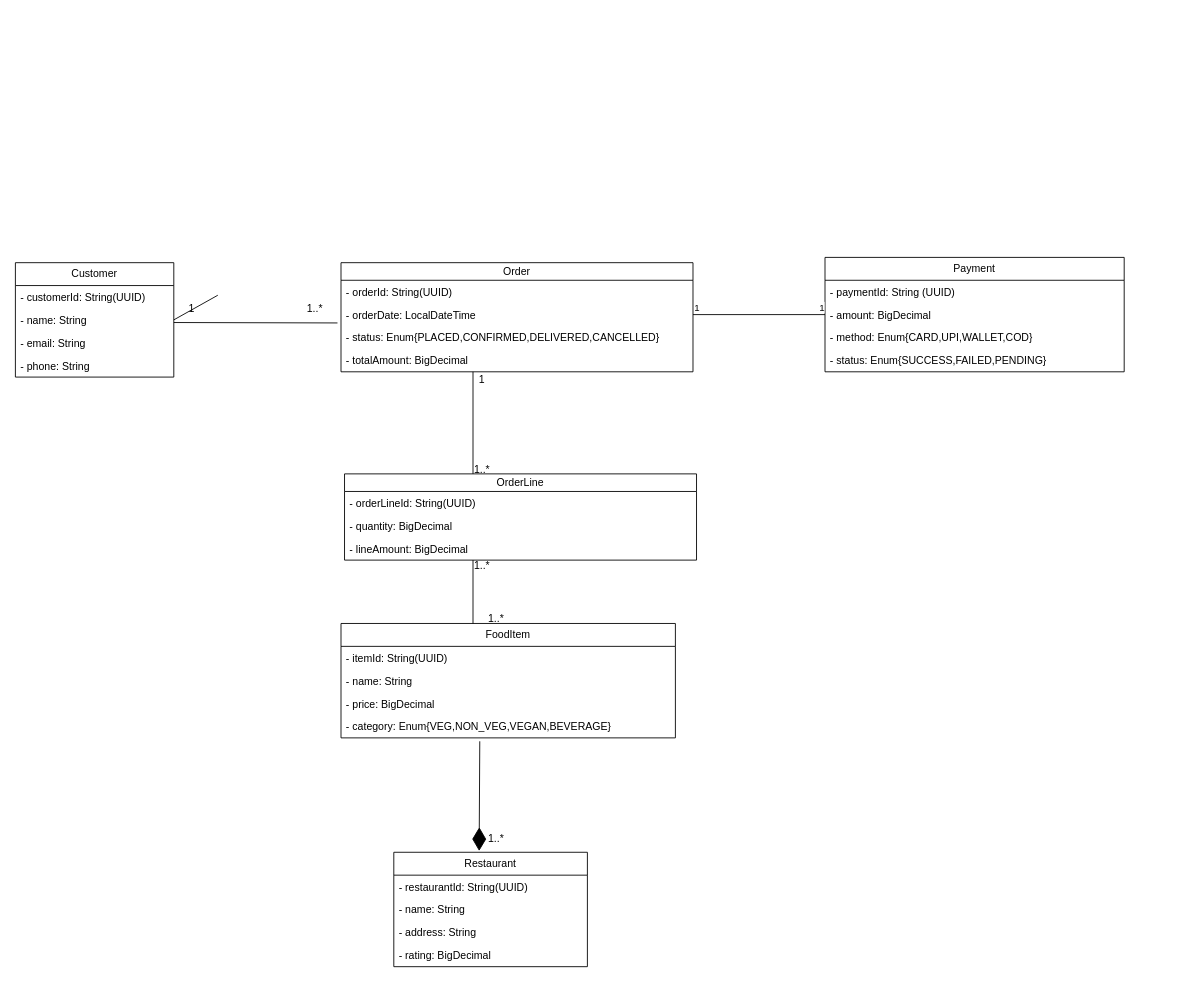
prakashbtech87/aaaaaaaaaaaPrakashDrawIORepo keeps this draw.io diagram as page "OnlineFoodDelivery" (6 of 6) of UML Diagram/Practice.drawio. Above is the earlier version. Source tidied: cells renumbered, new cells numbered last; positions are measured from the earlier drawing's top-left corner, leaving out a move shared by most shapes. Both pictures are drawn from the tidied source at 88%, with x=0, y=0 at pixel (15, 257).
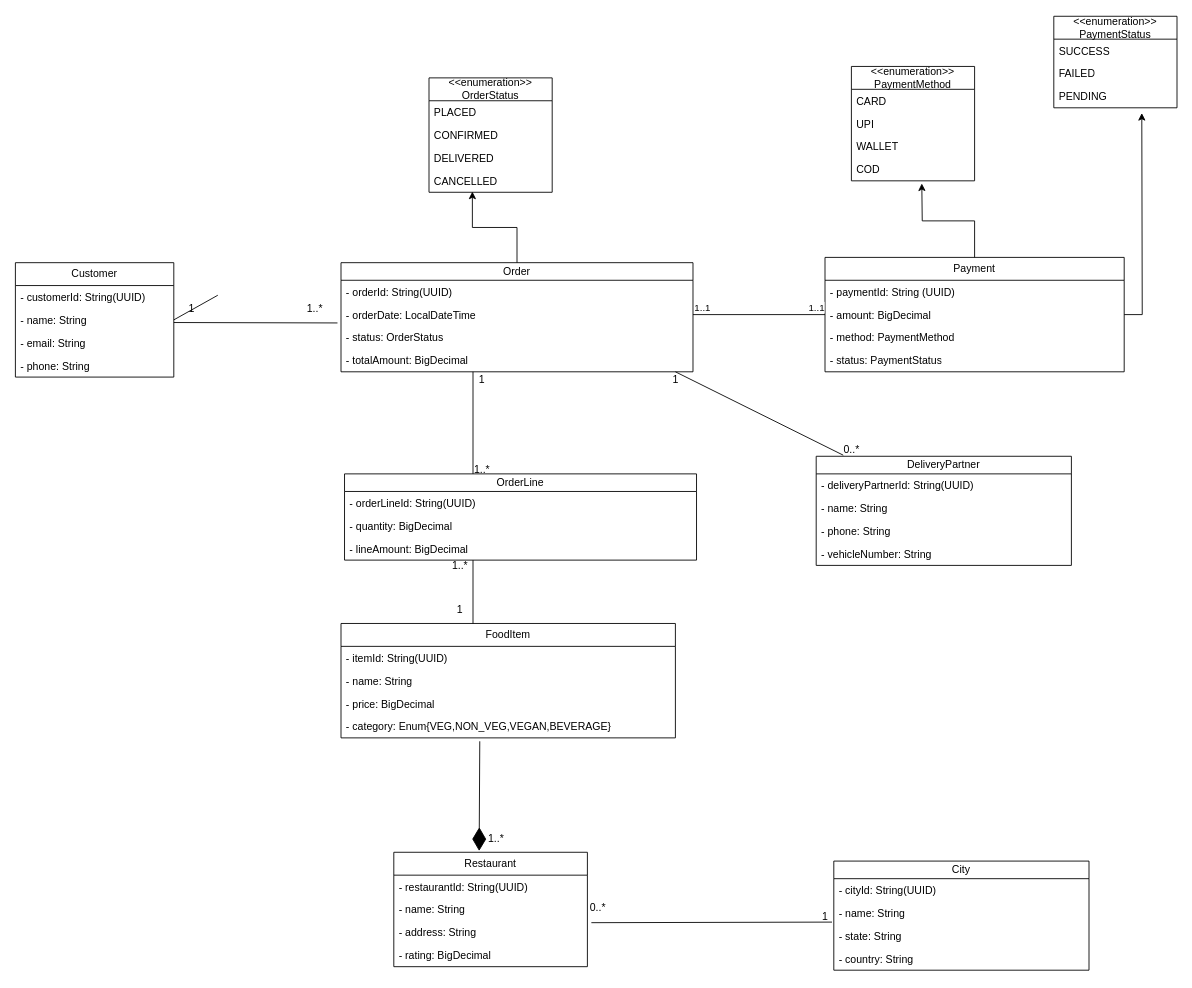
After the change.

Unchanged cells that the change refers to:
```xml
<mxCell id="7" value="Order" style="swimlane;fontStyle=0;horizontal=1;startSize=20;fillColor=none;whiteSpace=wrap;html=1;" parent="1" vertex="1">
  <mxGeometry x="370" y="6" width="400" height="124" as="geometry" />
</mxCell>
<mxCell id="37" value="Payment" style="swimlane;fontStyle=0;horizontal=1;startSize=26;fillColor=none;whiteSpace=wrap;html=1;" parent="1" vertex="1">
  <mxGeometry x="920" width="340" height="130" as="geometry" />
</mxCell>
<mxCell id="42" style="endArrow=none;html=1;edgeStyle=orthogonalEdgeStyle;rounded=0;exitX=1;exitY=0.5;exitDx=0;exitDy=0;entryX=0;entryY=0.5;entryDx=0;entryDy=0;" parent="1" edge="1" source="9" target="39">
  <mxGeometry relative="1" as="geometry" />
</mxCell>
```

What changed in the source:
```diff
@@
-    <mxCell id="10" value="- status: Enum{PLACED,CONFIRMED,DELIVERED,CANCELLED}" style="text;strokeColor=none;fillColor=none;align=left;verticalAlign=top;spacingLeft=4;spacingRight=4;overflow=hidden;whiteSpace=wrap;html=1;" parent="7" vertex="1">
+    <mxCell id="10" value="- status: OrderStatus" style="text;strokeColor=none;fillColor=none;align=left;verticalAlign=top;spacingLeft=4;spacingRight=4;overflow=hidden;whiteSpace=wrap;html=1;" parent="7" vertex="1">
       <mxGeometry y="72" width="400" height="26" as="geometry" />
     </mxCell>
@@
     <mxCell id="35" value="1..*" style="text;html=1;align=center;verticalAlign=middle;strokeColor=none;fillColor=none;" parent="1" vertex="1">
-      <mxGeometry x="510" y="336" width="40" height="30" as="geometry" />
+      <mxGeometry x="485" y="336" width="40" height="30" as="geometry" />
     </mxCell>
-    <mxCell id="36" value="1..*" style="text;html=1;align=center;verticalAlign=middle;strokeColor=none;fillColor=none;" parent="1" vertex="1">
-      <mxGeometry x="526" y="396" width="40" height="30" as="geometry" />
-    </mxCell>
+    <mxCell id="46" style="edgeStyle=orthogonalEdgeStyle;rounded=0;jettySize=auto;html=1;exitX=0.5;exitY=0;exitDx=0;exitDy=0;" parent="1" edge="1" source="37">
+      <mxGeometry relative="1" as="geometry">
+        <mxPoint x="1030" y="-84" as="targetPoint" />
+      </mxGeometry>
+    </mxCell>
+    <mxCell id="47" style="edgeStyle=orthogonalEdgeStyle;rounded=0;jettySize=auto;html=1;" parent="1" edge="1" source="37">
+      <mxGeometry relative="1" as="geometry">
+        <mxPoint x="1280" y="-164" as="targetPoint" />
+      </mxGeometry>
+    </mxCell>
@@
-    <mxCell id="40" value="- method: Enum{CARD,UPI,WALLET,COD}" style="text;strokeColor=none;fillColor=none;align=left;verticalAlign=top;spacingLeft=4;spacingRight=4;overflow=hidden;whiteSpace=wrap;html=1;" parent="37" vertex="1">
+    <mxCell id="40" value="- method: PaymentMethod" style="text;strokeColor=none;fillColor=none;align=left;verticalAlign=top;spacingLeft=4;spacingRight=4;overflow=hidden;whiteSpace=wrap;html=1;" parent="37" vertex="1">
       <mxGeometry y="78" width="340" height="26" as="geometry" />
     </mxCell>
-    <mxCell id="41" value="- status: Enum{SUCCESS,FAILED,PENDING}" style="text;strokeColor=none;fillColor=none;align=left;verticalAlign=top;spacingLeft=4;spacingRight=4;overflow=hidden;whiteSpace=wrap;html=1;" parent="37" vertex="1">
+    <mxCell id="41" value="- status: PaymentStatus" style="text;strokeColor=none;fillColor=none;align=left;verticalAlign=top;spacingLeft=4;spacingRight=4;overflow=hidden;whiteSpace=wrap;html=1;" parent="37" vertex="1">
       <mxGeometry y="104" width="340" height="26" as="geometry" />
     </mxCell>
@@
-    <mxCell id="43" value="1" style="edgeLabel;html=1;align=left;verticalAlign=bottom;" parent="42" vertex="1">
+    <mxCell id="43" value="1..1" style="edgeLabel;html=1;align=left;verticalAlign=bottom;" parent="42" vertex="1">
       <mxGeometry x="-1" relative="1" as="geometry" />
     </mxCell>
-    <mxCell id="44" value="1" style="edgeLabel;html=1;align=right;verticalAlign=bottom;" parent="42" vertex="1">
+    <mxCell id="44" value="1..1" style="edgeLabel;html=1;align=right;verticalAlign=bottom;" parent="42" vertex="1">
       <mxGeometry x="1" relative="1" as="geometry" />
     </mxCell>
@@
+    <mxCell id="48" value="1" style="text;html=1;align=center;verticalAlign=middle;strokeColor=none;fillColor=none;" parent="1" vertex="1">
+      <mxGeometry x="490" y="386" width="30" height="30" as="geometry" />
+    </mxCell>
+    <mxCell id="49" value="&amp;lt;&amp;lt;enumeration&amp;gt;&amp;gt;&lt;div&gt;OrderStatus&lt;/div&gt;" style="swimlane;fontStyle=0;horizontal=1;startSize=26;fillColor=none;whiteSpace=wrap;html=1;" parent="1" vertex="1">
+      <mxGeometry x="470" y="-204" width="140" height="130" as="geometry" />
+    </mxCell>
+    <mxCell id="50" value="PLACED" style="text;strokeColor=none;fillColor=none;align=left;verticalAlign=top;spacingLeft=4;spacingRight=4;overflow=hidden;whiteSpace=wrap;html=1;" parent="49" vertex="1">
+      <mxGeometry y="26" width="140" height="26" as="geometry" />
+    </mxCell>
+    <mxCell id="51" value="CONFIRMED" style="text;strokeColor=none;fillColor=none;align=left;verticalAlign=top;spacingLeft=4;spacingRight=4;overflow=hidden;whiteSpace=wrap;html=1;" parent="49" vertex="1">
+      <mxGeometry y="52" width="140" height="26" as="geometry" />
+    </mxCell>
+    <mxCell id="52" value="DELIVERED" style="text;strokeColor=none;fillColor=none;align=left;verticalAlign=top;spacingLeft=4;spacingRight=4;overflow=hidden;whiteSpace=wrap;html=1;" parent="49" vertex="1">
+      <mxGeometry y="78" width="140" height="26" as="geometry" />
+    </mxCell>
+    <mxCell id="53" value="CANCELLED" style="text;strokeColor=none;fillColor=none;align=left;verticalAlign=top;spacingLeft=4;spacingRight=4;overflow=hidden;points=[[0,0.5],[1,0.5]];portConstraint=eastwest;whiteSpace=wrap;html=1;" parent="49" vertex="1">
+      <mxGeometry y="104" width="140" height="26" as="geometry" />
+    </mxCell>
+    <mxCell id="54" style="edgeStyle=orthogonalEdgeStyle;rounded=0;jettySize=auto;html=1;entryX=0.352;entryY=0.971;entryDx=0;entryDy=0;entryPerimeter=0;" parent="1" edge="1" source="7" target="53">
+      <mxGeometry relative="1" as="geometry" />
+    </mxCell>
+    <mxCell id="55" value="&amp;lt;&amp;lt;enumeration&amp;gt;&amp;gt;&lt;div&gt;PaymentMethod&lt;/div&gt;" style="swimlane;fontStyle=0;horizontal=1;startSize=26;fillColor=none;whiteSpace=wrap;html=1;" parent="1" vertex="1">
+      <mxGeometry x="950" y="-217" width="140" height="130" as="geometry" />
+    </mxCell>
+    <mxCell id="56" value="CARD" style="text;strokeColor=none;fillColor=none;align=left;verticalAlign=top;spacingLeft=4;spacingRight=4;overflow=hidden;whiteSpace=wrap;html=1;" parent="55" vertex="1">
+      <mxGeometry y="26" width="140" height="26" as="geometry" />
+    </mxCell>
+    <mxCell id="57" value="UPI" style="text;strokeColor=none;fillColor=none;align=left;verticalAlign=top;spacingLeft=4;spacingRight=4;overflow=hidden;whiteSpace=wrap;html=1;" parent="55" vertex="1">
+      <mxGeometry y="52" width="140" height="26" as="geometry" />
+    </mxCell>
+    <mxCell id="58" value="WALLET" style="text;strokeColor=none;fillColor=none;align=left;verticalAlign=top;spacingLeft=4;spacingRight=4;overflow=hidden;whiteSpace=wrap;html=1;" parent="55" vertex="1">
+      <mxGeometry y="78" width="140" height="26" as="geometry" />
+    </mxCell>
+    <mxCell id="59" value="COD" style="text;strokeColor=none;fillColor=none;align=left;verticalAlign=top;spacingLeft=4;spacingRight=4;overflow=hidden;whiteSpace=wrap;html=1;" parent="55" vertex="1">
+      <mxGeometry y="104" width="140" height="26" as="geometry" />
+    </mxCell>
+    <mxCell id="60" value="&amp;lt;&amp;lt;enumeration&amp;gt;&amp;gt;&lt;div&gt;PaymentStatus&lt;/div&gt;" style="swimlane;fontStyle=0;horizontal=1;startSize=26;fillColor=none;whiteSpace=wrap;html=1;" parent="1" vertex="1">
+      <mxGeometry x="1180" y="-274" width="140" height="104" as="geometry" />
+    </mxCell>
+    <mxCell id="61" value="SUCCESS" style="text;strokeColor=none;fillColor=none;align=left;verticalAlign=top;spacingLeft=4;spacingRight=4;overflow=hidden;whiteSpace=wrap;html=1;" parent="60" vertex="1">
+      <mxGeometry y="26" width="140" height="26" as="geometry" />
+    </mxCell>
+    <mxCell id="62" value="FAILED" style="text;strokeColor=none;fillColor=none;align=left;verticalAlign=top;spacingLeft=4;spacingRight=4;overflow=hidden;whiteSpace=wrap;html=1;" parent="60" vertex="1">
+      <mxGeometry y="52" width="140" height="26" as="geometry" />
+    </mxCell>
+    <mxCell id="63" value="PENDING" style="text;strokeColor=none;fillColor=none;align=left;verticalAlign=top;spacingLeft=4;spacingRight=4;overflow=hidden;whiteSpace=wrap;html=1;" parent="60" vertex="1">
+      <mxGeometry y="78" width="140" height="26" as="geometry" />
+    </mxCell>
+    <mxCell id="64" value="DeliveryPartner" style="swimlane;fontStyle=0;horizontal=1;startSize=20;fillColor=none;whiteSpace=wrap;html=1;" parent="1" vertex="1">
+      <mxGeometry x="910" y="226" width="290" height="124" as="geometry" />
+    </mxCell>
+    <mxCell id="65" value="- deliveryPartnerId: String(UUID)" style="text;strokeColor=none;fillColor=none;align=left;verticalAlign=top;spacingLeft=4;spacingRight=4;overflow=hidden;whiteSpace=wrap;html=1;" parent="64" vertex="1">
+      <mxGeometry y="20" width="290" height="26" as="geometry" />
+    </mxCell>
+    <mxCell id="66" value="- name: String" style="text;strokeColor=none;fillColor=none;align=left;verticalAlign=top;spacingLeft=4;spacingRight=4;overflow=hidden;whiteSpace=wrap;html=1;" parent="64" vertex="1">
+      <mxGeometry y="46" width="290" height="26" as="geometry" />
+    </mxCell>
+    <mxCell id="67" value="- phone: String" style="text;strokeColor=none;fillColor=none;align=left;verticalAlign=top;spacingLeft=4;spacingRight=4;overflow=hidden;whiteSpace=wrap;html=1;" parent="64" vertex="1">
+      <mxGeometry y="72" width="290" height="26" as="geometry" />
+    </mxCell>
+    <mxCell id="68" value="- vehicleNumber: String" style="text;strokeColor=none;fillColor=none;align=left;verticalAlign=top;spacingLeft=4;spacingRight=4;overflow=hidden;whiteSpace=wrap;html=1;" parent="64" vertex="1">
+      <mxGeometry y="98" width="290" height="26" as="geometry" />
+    </mxCell>
+    <mxCell id="69" style="endArrow=none;html=1;rounded=0;exitX=0.106;exitY=-0.01;exitDx=0;exitDy=0;exitPerimeter=0;" parent="1" edge="1" source="64">
+      <mxGeometry relative="1" as="geometry">
+        <mxPoint x="750" y="130" as="targetPoint" />
+      </mxGeometry>
+    </mxCell>
+    <mxCell id="70" value="1" style="text;html=1;align=center;verticalAlign=middle;strokeColor=none;fillColor=none;" parent="1" vertex="1">
+      <mxGeometry x="735" y="124" width="30" height="30" as="geometry" />
+    </mxCell>
+    <mxCell id="71" value="0..*" style="text;html=1;align=center;verticalAlign=middle;strokeColor=none;fillColor=none;" parent="1" vertex="1">
+      <mxGeometry x="930" y="204" width="40" height="30" as="geometry" />
+    </mxCell>
+    <mxCell id="72" value="City" style="swimlane;fontStyle=0;horizontal=1;startSize=20;fillColor=none;whiteSpace=wrap;html=1;" parent="1" vertex="1">
+      <mxGeometry x="930" y="686" width="290" height="124" as="geometry" />
+    </mxCell>
+    <mxCell id="73" value="- cityId: String(UUID)" style="text;strokeColor=none;fillColor=none;align=left;verticalAlign=top;spacingLeft=4;spacingRight=4;overflow=hidden;whiteSpace=wrap;html=1;" parent="72" vertex="1">
+      <mxGeometry y="20" width="290" height="26" as="geometry" />
+    </mxCell>
+    <mxCell id="74" value="- name: String" style="text;strokeColor=none;fillColor=none;align=left;verticalAlign=top;spacingLeft=4;spacingRight=4;overflow=hidden;whiteSpace=wrap;html=1;" parent="72" vertex="1">
+      <mxGeometry y="46" width="290" height="26" as="geometry" />
+    </mxCell>
+    <mxCell id="75" value="- state: String" style="text;strokeColor=none;fillColor=none;align=left;verticalAlign=top;spacingLeft=4;spacingRight=4;overflow=hidden;points=[[0,0.5],[1,0.5]];portConstraint=eastwest;whiteSpace=wrap;html=1;" parent="72" vertex="1">
+      <mxGeometry y="72" width="290" height="26" as="geometry" />
+    </mxCell>
+    <mxCell id="76" value="- country: String" style="text;strokeColor=none;fillColor=none;align=left;verticalAlign=top;spacingLeft=4;spacingRight=4;overflow=hidden;whiteSpace=wrap;html=1;" parent="72" vertex="1">
+      <mxGeometry y="98" width="290" height="26" as="geometry" />
+    </mxCell>
+    <mxCell id="77" style="endArrow=none;html=1;rounded=0;exitX=-0.007;exitY=-0.102;exitDx=0;exitDy=0;exitPerimeter=0;" parent="1" edge="1" source="75">
+      <mxGeometry relative="1" as="geometry">
+        <mxPoint x="654.5" y="756" as="targetPoint" />
+      </mxGeometry>
+    </mxCell>
+    <mxCell id="78" value="1" style="text;html=1;align=center;verticalAlign=middle;strokeColor=none;fillColor=none;" parent="1" vertex="1">
+      <mxGeometry x="905" y="734" width="30" height="30" as="geometry" />
+    </mxCell>
+    <mxCell id="79" value="&amp;nbsp;0..*" style="text;html=1;align=center;verticalAlign=middle;strokeColor=none;fillColor=none;" parent="1" vertex="1">
+      <mxGeometry x="640" y="724" width="40" height="30" as="geometry" />
+    </mxCell>
```
